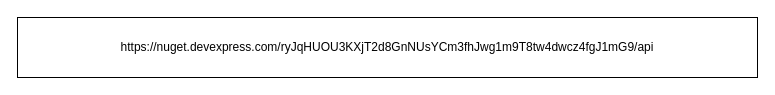
Earlier version of the draw.io diagram Log.drawio (JunXianWu/EllisoWeb). Source tidied: cells renumbered, new cells numbered last; positions are measured from the earlier drawing's top-left corner, leaving out a move shared by most shapes. Both pictures are drawn from the tidied source at 100%, with x=0, y=0 at pixel (17, 17).
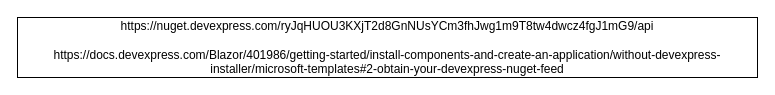
The same diagram, later.

Change to the diagram source:
```diff
@@
 <mxGraphModel>
   <root>
     <mxCell id="0" />
     <mxCell id="1" parent="0" />
-    <mxCell id="2" value="https://nuget.devexpress.com/ryJqHUOU3KXjT2d8GnNUsYCm3fhJwg1m9T8tw4dwcz4fgJ1mG9/api" style="rounded=0;whiteSpace=wrap;html=1;" parent="1" vertex="1">
+    <mxCell id="2" value="https://nuget.devexpress.com/ryJqHUOU3KXjT2d8GnNUsYCm3fhJwg1m9T8tw4dwcz4fgJ1mG9/api&lt;br&gt;&lt;br&gt;https://docs.devexpress.com/Blazor/401986/getting-started/install-components-and-create-an-application/without-devexpress-installer/microsoft-templates#2-obtain-your-devexpress-nuget-feed" style="rounded=0;whiteSpace=wrap;html=1;" parent="1" vertex="1">
       <mxGeometry width="740" height="60" as="geometry" />
     </mxCell>
   </root>
 </mxGraphModel>
```
